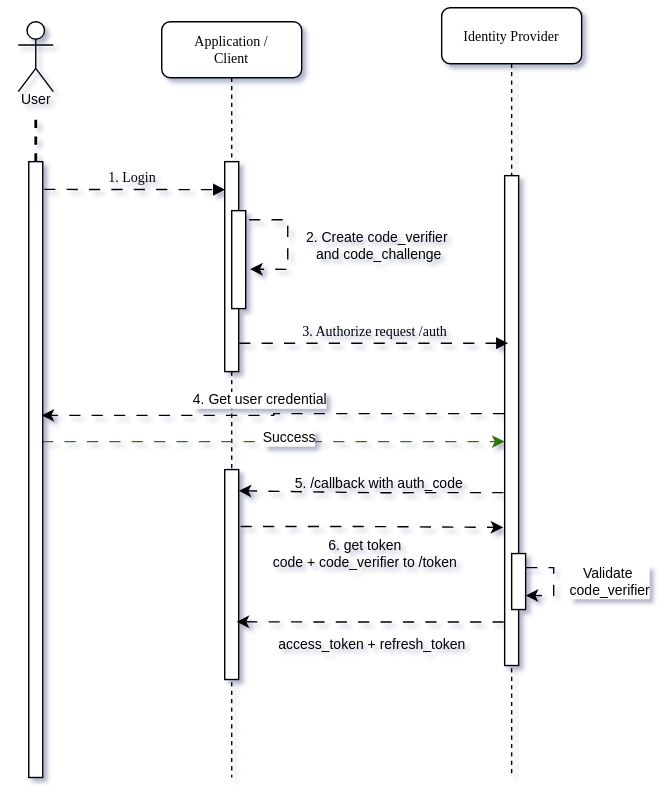
Earlier version of the draw.io export static/pkce_diagram.svg (LogaMithran/logamithran.github.io). Source tidied: cells renumbered, new cells last; positions are measured from the earlier drawing's top-left corner, leaving out a move shared by most shapes.
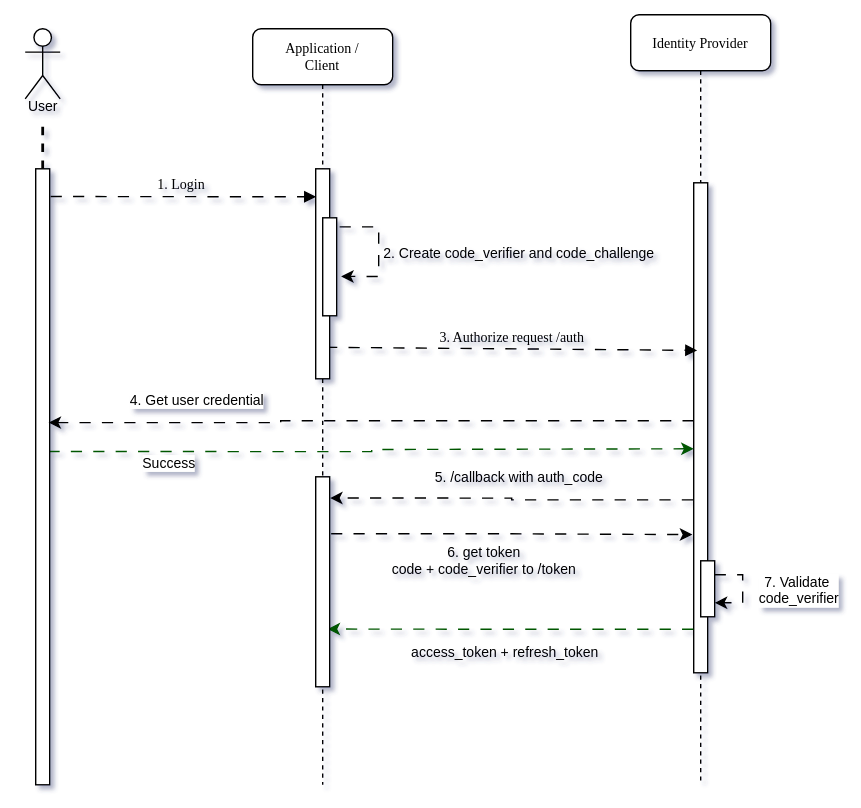
After the change.

Commit message:
[pkce] - review

Diff of the diagram source:
```diff
@@ -2,35 +2,25 @@
   <root>
     <mxCell id="0" />
     <mxCell id="1" parent="0" />
-    <mxCell id="2" value="&lt;div&gt;Application /&lt;/div&gt;&lt;div&gt;Client&lt;/div&gt;" style="shape=umlLifeline;perimeter=lifelinePerimeter;whiteSpace=wrap;html=1;rounded=1;shadow=0;comic=0;labelBackgroundColor=none;strokeWidth=1;fontFamily=Verdana;fontSize=10;align=center;glass=0;" parent="1" vertex="1">
-      <mxGeometry x="110" y="10" width="100" height="540" as="geometry" />
-    </mxCell>
     <mxCell id="3" value="Identity Provider" style="shape=umlLifeline;perimeter=lifelinePerimeter;whiteSpace=wrap;html=1;rounded=1;shadow=0;comic=0;labelBackgroundColor=none;strokeWidth=1;fontFamily=Verdana;fontSize=10;align=center;" parent="1" vertex="1">
-      <mxGeometry x="310" width="100" height="550" as="geometry" />
+      <mxGeometry x="440" width="100" height="550" as="geometry" />
     </mxCell>
     <mxCell id="4" style="html=1;points=[];perimeter=orthogonalPerimeter;rounded=0;shadow=0;comic=0;labelBackgroundColor=none;strokeWidth=1;fontFamily=Verdana;fontSize=10;align=center;" parent="3" vertex="1">
       <mxGeometry x="45" y="120" width="10" height="350" as="geometry" />
     </mxCell>
-    <mxCell id="5" value="3. Authorize request /auth" style="html=1;verticalAlign=bottom;endArrow=block;labelBackgroundColor=none;fontFamily=Verdana;fontSize=10;exitX=1.2;exitY=0.786;exitDx=0;exitDy=0;exitPerimeter=0;flowAnimation=1;" parent="3" edge="1">
+    <mxCell id="5" value="3. Authorize request /auth" style="html=1;verticalAlign=bottom;endArrow=block;labelBackgroundColor=none;fontFamily=Verdana;fontSize=10;exitX=0.744;exitY=0.85;exitDx=0;exitDy=0;exitPerimeter=0;flowAnimation=1;" parent="3" edge="1" source="17">
       <mxGeometry relative="1" as="geometry">
-        <mxPoint x="-145" y="239.7" as="sourcePoint" />
         <mxPoint x="47.5" y="239.7" as="targetPoint" />
       </mxGeometry>
     </mxCell>
-    <mxCell id="6" style="edgeStyle=orthogonalEdgeStyle;rounded=0;jettySize=auto;html=1;entryX=1.1;entryY=0.101;entryDx=0;entryDy=0;entryPerimeter=0;exitX=-0.049;exitY=0.647;exitDx=0;exitDy=0;exitPerimeter=0;flowAnimation=1;fontSize=10;" parent="3" edge="1" source="4">
-      <mxGeometry relative="1" as="geometry">
-        <mxPoint x="-145" y="345.1" as="targetPoint" />
-      </mxGeometry>
-    </mxCell>
-    <mxCell id="7" style="edgeStyle=orthogonalEdgeStyle;rounded=0;orthogonalLoop=1;jettySize=auto;html=1;exitX=0.857;exitY=0.462;exitDx=0;exitDy=0;exitPerimeter=0;flowAnimation=1;fillColor=#60a917;strokeColor=#2D7600;fontSize=10;" parent="3" edge="1">
+    <mxCell id="7" style="edgeStyle=orthogonalEdgeStyle;rounded=0;jettySize=auto;html=1;exitX=0.911;exitY=0.459;exitDx=0;exitDy=0;exitPerimeter=0;flowAnimation=1;fillColor=#008a00;strokeColor=#005700;fontSize=10;" parent="3" edge="1" source="14">
       <mxGeometry relative="1" as="geometry">
-        <mxPoint x="-285.9" y="310" as="sourcePoint" />
         <mxPoint x="45" y="310" as="targetPoint" />
       </mxGeometry>
     </mxCell>
     <mxCell id="8" value="Success" style="edgeLabel;html=1;align=center;verticalAlign=middle;fontSize=10;" parent="7" vertex="1">
       <mxGeometry x="-0.08" y="-2" relative="1" as="geometry">
-        <mxPoint x="24" y="-5" as="offset" />
+        <mxPoint x="-127" y="6" as="offset" />
       </mxGeometry>
     </mxCell>
     <mxCell id="9" style="html=1;points=[];perimeter=orthogonalPerimeter;rounded=0;shadow=0;comic=0;labelBackgroundColor=none;strokeWidth=1;fontFamily=Verdana;fontSize=10;align=center;" parent="3" vertex="1">
@@ -44,7 +34,7 @@
         </Array>
       </mxGeometry>
     </mxCell>
-    <mxCell id="11" value="Validate&amp;nbsp;&lt;div&gt;code_verifier&lt;/div&gt;" style="edgeLabel;html=1;align=center;verticalAlign=middle;fontSize=10;" parent="10" vertex="1">
+    <mxCell id="11" value="7. Validate&amp;nbsp;&lt;div&gt;code_verifier&lt;/div&gt;" style="edgeLabel;html=1;align=center;verticalAlign=middle;fontSize=10;" parent="10" vertex="1">
       <mxGeometry x="0.07" relative="1" as="geometry">
         <mxPoint x="40" y="-2" as="offset" />
       </mxGeometry>
@@ -68,22 +58,8 @@
     <mxCell id="16" value="User" style="text;html=1;align=center;verticalAlign=middle;points=[];strokeColor=none;fillColor=none;fontSize=10;" parent="1" vertex="1">
       <mxGeometry y="50" width="40" height="30" as="geometry" />
     </mxCell>
-    <mxCell id="17" style="html=1;points=[];perimeter=orthogonalPerimeter;rounded=0;shadow=0;comic=0;labelBackgroundColor=none;strokeWidth=1;fontFamily=Verdana;fontSize=10;align=center;" parent="1" vertex="1">
-      <mxGeometry x="155" y="110" width="10" height="150" as="geometry" />
-    </mxCell>
-    <mxCell id="18" style="html=1;points=[];perimeter=orthogonalPerimeter;rounded=0;shadow=0;comic=0;labelBackgroundColor=none;strokeWidth=1;fontFamily=Verdana;fontSize=10;align=center;" parent="1" vertex="1">
-      <mxGeometry x="160" y="145" width="10" height="70" as="geometry" />
-    </mxCell>
-    <mxCell id="19" style="edgeStyle=orthogonalEdgeStyle;rounded=0;orthogonalLoop=1;jettySize=auto;html=1;entryX=1.314;entryY=0.598;entryDx=0;entryDy=0;entryPerimeter=0;exitX=1.207;exitY=0.093;exitDx=0;exitDy=0;exitPerimeter=0;flowAnimation=1;fontSize=10;" parent="1" edge="1" source="18" target="18">
-      <mxGeometry relative="1" as="geometry">
-        <Array as="points">
-          <mxPoint x="200" y="152" />
-          <mxPoint x="200" y="187" />
-        </Array>
-      </mxGeometry>
-    </mxCell>
-    <mxCell id="20" value="2. Create code_verifier&amp;nbsp;&lt;div&gt;and code_challenge&lt;/div&gt;" style="text;html=1;align=center;verticalAlign=middle;strokeColor=none;fillColor=none;fontSize=10;" parent="1" vertex="1">
-      <mxGeometry x="200" y="150" width="130" height="40" as="geometry" />
+    <mxCell id="20" value="2. Create code_verifier&amp;nbsp;&lt;span style=&quot;background-color: transparent; color: light-dark(rgb(0, 0, 0), rgb(255, 255, 255));&quot;&gt;and code_challenge&lt;/span&gt;" style="text;html=1;align=center;verticalAlign=middle;strokeColor=none;fillColor=none;fontSize=10;" parent="1" vertex="1">
+      <mxGeometry x="250" y="155" width="220" height="30" as="geometry" />
     </mxCell>
     <mxCell id="21" style="edgeStyle=orthogonalEdgeStyle;rounded=0;jettySize=auto;html=1;entryX=0.914;entryY=0.412;entryDx=0;entryDy=0;entryPerimeter=0;flowAnimation=1;fontSize=10;" parent="1" edge="1" source="4" target="14">
       <mxGeometry relative="1" as="geometry">
@@ -95,26 +71,49 @@
     </mxCell>
     <mxCell id="22" value="4. Get user credential" style="edgeLabel;html=1;align=center;verticalAlign=middle;fontSize=10;" parent="21" vertex="1">
       <mxGeometry x="-0.14" y="-3" relative="1" as="geometry">
-        <mxPoint x="-32" y="-7" as="offset" />
+        <mxPoint x="-156" y="-12" as="offset" />
       </mxGeometry>
     </mxCell>
-    <mxCell id="23" style="html=1;points=[];perimeter=orthogonalPerimeter;rounded=0;shadow=0;comic=0;labelBackgroundColor=none;strokeWidth=1;fontFamily=Verdana;fontSize=10;align=center;" parent="1" vertex="1">
-      <mxGeometry x="155" y="330" width="10" height="150" as="geometry" />
-    </mxCell>
     <mxCell id="24" value="5. /callback with auth_code" style="text;html=1;align=center;verticalAlign=middle;strokeColor=none;fillColor=none;fontSize=10;" parent="1" vertex="1">
-      <mxGeometry x="195" y="325" width="140" height="30" as="geometry" />
+      <mxGeometry x="290" y="315" width="140" height="30" as="geometry" />
     </mxCell>
     <mxCell id="25" style="edgeStyle=orthogonalEdgeStyle;rounded=0;jettySize=auto;html=1;entryX=-0.095;entryY=0.718;entryDx=0;entryDy=0;entryPerimeter=0;exitX=1.1;exitY=0.271;exitDx=0;exitDy=0;exitPerimeter=0;flowAnimation=1;fontSize=10;" parent="1" edge="1" source="23" target="4">
       <mxGeometry relative="1" as="geometry" />
     </mxCell>
     <mxCell id="26" value="6. get token&lt;div&gt;code + code_verifier to /token&lt;/div&gt;" style="text;html=1;align=center;verticalAlign=middle;strokeColor=none;fillColor=none;fontSize=10;" parent="1" vertex="1">
-      <mxGeometry x="180" y="370" width="150" height="40" as="geometry" />
+      <mxGeometry x="260" y="370" width="150" height="40" as="geometry" />
     </mxCell>
-    <mxCell id="27" style="edgeStyle=orthogonalEdgeStyle;rounded=0;jettySize=auto;html=1;entryX=0.844;entryY=0.725;entryDx=0;entryDy=0;entryPerimeter=0;exitX=-0.033;exitY=0.911;exitDx=0;exitDy=0;exitPerimeter=0;flowAnimation=1;fontSize=10;" parent="1" edge="1" source="4" target="23">
+    <mxCell id="27" style="edgeStyle=orthogonalEdgeStyle;rounded=0;jettySize=auto;html=1;entryX=0.844;entryY=0.725;entryDx=0;entryDy=0;entryPerimeter=0;exitX=-0.033;exitY=0.911;exitDx=0;exitDy=0;exitPerimeter=0;flowAnimation=1;fontSize=10;fillColor=#008a00;strokeColor=#005700;" parent="1" edge="1" source="4" target="23">
       <mxGeometry relative="1" as="geometry" />
     </mxCell>
     <mxCell id="28" value="access_token + refresh_token" style="text;html=1;align=center;verticalAlign=middle;strokeColor=none;fillColor=none;fontSize=10;" parent="1" vertex="1">
-      <mxGeometry x="180" y="440" width="160" height="30" as="geometry" />
+      <mxGeometry x="270" y="440" width="160" height="30" as="geometry" />
     </mxCell>
+    <mxCell id="29" style="group;" parent="1" vertex="1">
+      <mxGeometry x="170" y="10" width="100" height="540" as="geometry" />
+    </mxCell>
+    <mxCell id="2" value="&lt;div&gt;Application /&lt;/div&gt;&lt;div&gt;Client&lt;/div&gt;" style="shape=umlLifeline;perimeter=lifelinePerimeter;whiteSpace=wrap;html=1;rounded=1;shadow=0;comic=0;labelBackgroundColor=none;strokeWidth=1;fontFamily=Verdana;fontSize=10;align=center;glass=0;" parent="29" vertex="1">
+      <mxGeometry width="100" height="540" as="geometry" />
+    </mxCell>
+    <mxCell id="17" style="html=1;points=[];perimeter=orthogonalPerimeter;rounded=0;shadow=0;comic=0;labelBackgroundColor=none;strokeWidth=1;fontFamily=Verdana;fontSize=10;align=center;" parent="29" vertex="1">
+      <mxGeometry x="45" y="100" width="10" height="150" as="geometry" />
+    </mxCell>
+    <mxCell id="18" style="html=1;points=[];perimeter=orthogonalPerimeter;rounded=0;shadow=0;comic=0;labelBackgroundColor=none;strokeWidth=1;fontFamily=Verdana;fontSize=10;align=center;" parent="29" vertex="1">
+      <mxGeometry x="50" y="135" width="10" height="70" as="geometry" />
+    </mxCell>
+    <mxCell id="23" style="html=1;points=[];perimeter=orthogonalPerimeter;rounded=0;shadow=0;comic=0;labelBackgroundColor=none;strokeWidth=1;fontFamily=Verdana;fontSize=10;align=center;" parent="29" vertex="1">
+      <mxGeometry x="45" y="320" width="10" height="150" as="geometry" />
+    </mxCell>
+    <mxCell id="19" style="edgeStyle=orthogonalEdgeStyle;rounded=0;orthogonalLoop=1;jettySize=auto;html=1;entryX=1.314;entryY=0.598;entryDx=0;entryDy=0;entryPerimeter=0;exitX=1.207;exitY=0.093;exitDx=0;exitDy=0;exitPerimeter=0;flowAnimation=1;fontSize=10;" parent="29" edge="1" source="18" target="18">
+      <mxGeometry relative="1" as="geometry">
+        <Array as="points">
+          <mxPoint x="90" y="142" />
+          <mxPoint x="90" y="177" />
+        </Array>
+      </mxGeometry>
+    </mxCell>
+    <mxCell id="6" style="edgeStyle=orthogonalEdgeStyle;rounded=0;jettySize=auto;html=1;entryX=1.022;entryY=0.101;entryDx=0;entryDy=0;entryPerimeter=0;exitX=-0.049;exitY=0.647;exitDx=0;exitDy=0;exitPerimeter=0;flowAnimation=1;fontSize=10;" parent="1" edge="1" source="4" target="23">
+      <mxGeometry relative="1" as="geometry" />
+    </mxCell>
   </root>
 </mxGraphModel>
```
